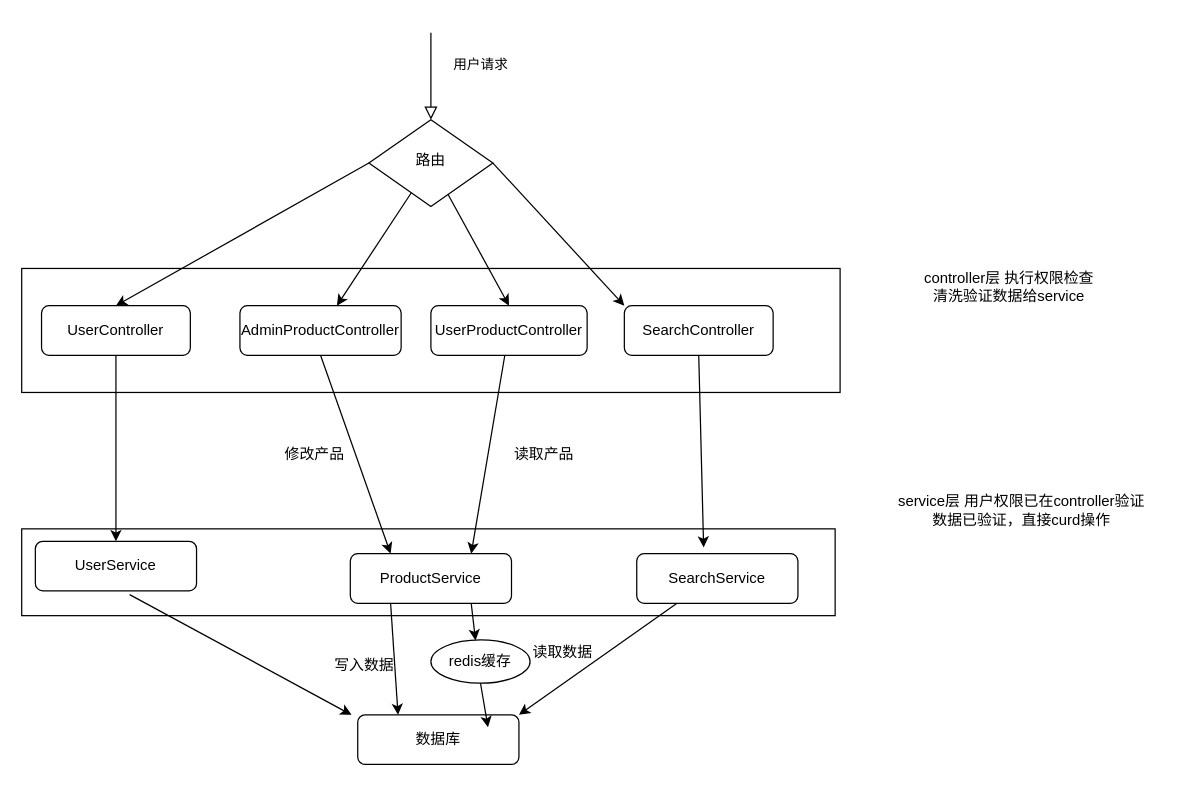
The draw.io diagram 流程图.drawio in fengchuan1021/tmapidoc, before the edit. Source tidied: cells renumbered, new cells numbered last; positions are measured from the earlier drawing's top-left corner, leaving out a move shared by most shapes. Both pictures are drawn from the tidied source at 124%, with x=0, y=0 at pixel (21, 32).
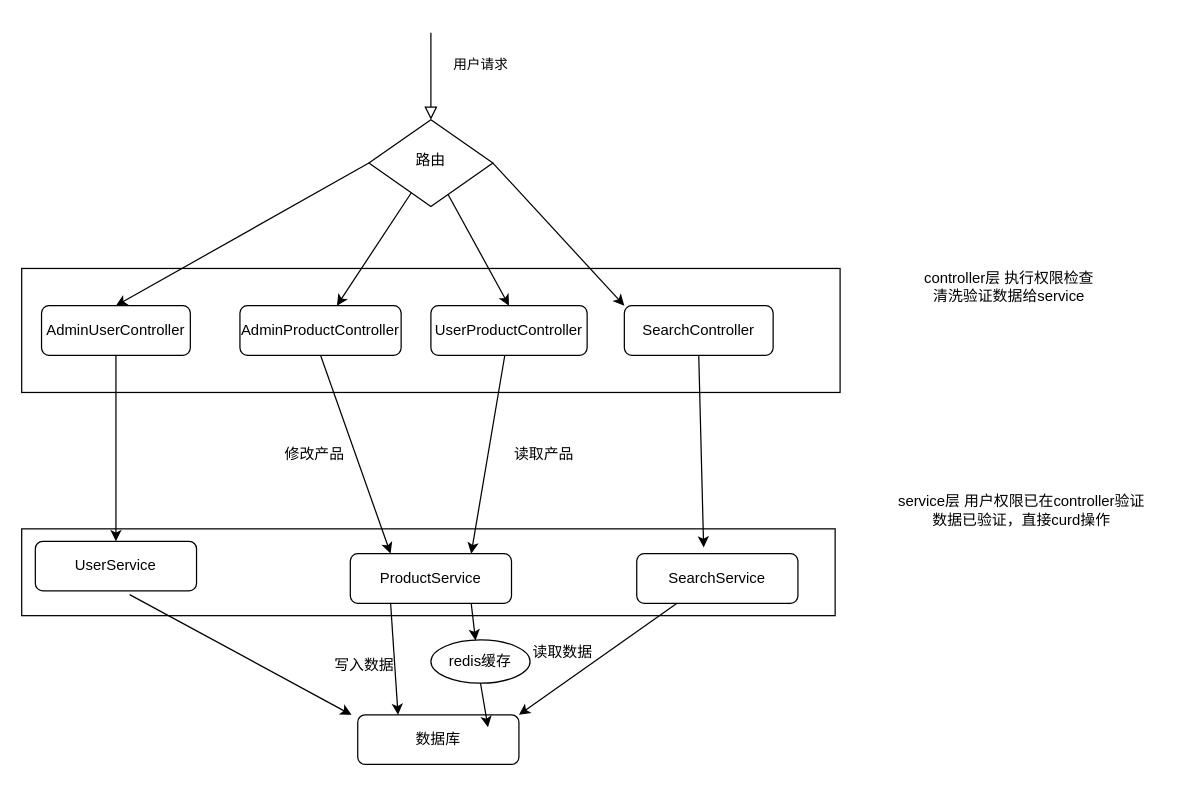
Above is the later version.

Commit message (it also covers changes not shown here):
更新流程图.drawio

Diff of the diagram source:
```diff
@@
-    <mxCell id="7" value="UserController" style="rounded=1;whiteSpace=wrap;html=1;fontSize=12;glass=0;strokeWidth=1;shadow=0;" parent="1" vertex="1">
+    <mxCell id="7" value="AdminUserController" style="rounded=1;whiteSpace=wrap;html=1;fontSize=12;glass=0;strokeWidth=1;shadow=0;" parent="1" vertex="1">
       <mxGeometry x="16" y="220" width="120" height="40" as="geometry" />
     </mxCell>
```
